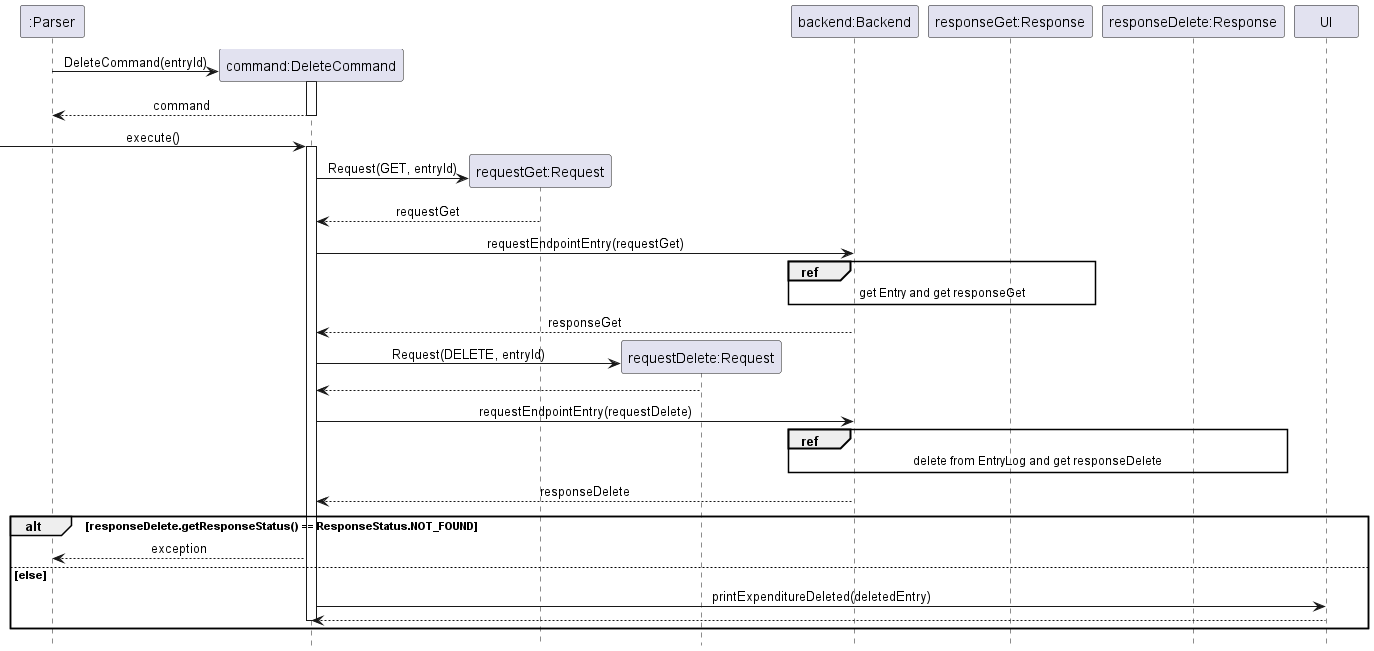
Earlier version of the PlantUML export docs/static/frontend/commands/DeleteCommandSequenceDiagram.png (nus-cs2113-AY2223S2/tp). The source it was exported from:
```plantuml
@startuml
!include Style.puml

participant ":Parser" as Parser
participant "command:DeleteCommand" as DeleteCommand
participant "requestGet:Request" as RequestGet
participant "requestDelete:Request" as RequestDelete
participant "backend:Backend" as Backend
participant "responseGet:Response" as ResponseGet
participant "responseDelete:Response" as ResponseDelete
participant "UI" as UI

Parser -> DeleteCommand ** : DeleteCommand(entryId)
activate DeleteCommand
return command

-> DeleteCommand :execute()
activate DeleteCommand
DeleteCommand -> RequestGet ** : Request(GET, entryId)
RequestGet --> DeleteCommand : requestGet
DeleteCommand -> Backend : requestEndpointEntry(requestGet)
ref over Backend, ResponseGet
get Entry and get responseGet
end ref
Backend --> DeleteCommand : responseGet

DeleteCommand -> RequestDelete ** : Request(DELETE, entryId)
RequestDelete --> DeleteCommand
DeleteCommand -> Backend : requestEndpointEntry(requestDelete)

ref over Backend, ResponseDelete
delete from EntryLog and get responseDelete
end ref


Backend --> DeleteCommand : responseDelete
alt responseDelete.getResponseStatus() == ResponseStatus.NOT_FOUND
    DeleteCommand --> Parser : exception
else else
    DeleteCommand -> UI:printExpenditureDeleted(deletedEntry)
    UI --> DeleteCommand
    deactivate DeleteCommand
end
@enduml
```
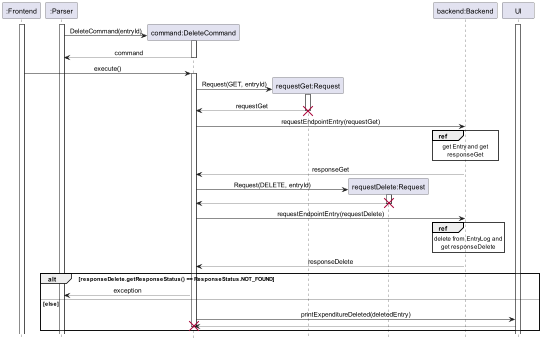
The same file after the commit.

Commit message:
Update sequence diagram

Change to the diagram source:
```diff
@@ -1,35 +1,43 @@
 @startuml
-!include Style.puml
+!include ../../Style.puml
 
+participant ":Frontend" as Frontend
 participant ":Parser" as Parser
 participant "command:DeleteCommand" as DeleteCommand
 participant "requestGet:Request" as RequestGet
 participant "requestDelete:Request" as RequestDelete
 participant "backend:Backend" as Backend
-participant "responseGet:Response" as ResponseGet
-participant "responseDelete:Response" as ResponseDelete
 participant "UI" as UI
 
+activate Frontend
+activate Parser
+activate UI
 Parser -> DeleteCommand ** : DeleteCommand(entryId)
 activate DeleteCommand
 return command
 
--> DeleteCommand :execute()
+Frontend -> DeleteCommand :execute()
 activate DeleteCommand
 DeleteCommand -> RequestGet ** : Request(GET, entryId)
+activate RequestGet
 RequestGet --> DeleteCommand : requestGet
+Destroy RequestGet
 DeleteCommand -> Backend : requestEndpointEntry(requestGet)
-ref over Backend, ResponseGet
-get Entry and get responseGet
+ref over Backend
+get Entry and get
+responseGet
 end ref
 Backend --> DeleteCommand : responseGet
 
 DeleteCommand -> RequestDelete ** : Request(DELETE, entryId)
+activate RequestDelete
 RequestDelete --> DeleteCommand
+Destroy RequestDelete
 DeleteCommand -> Backend : requestEndpointEntry(requestDelete)
 
-ref over Backend, ResponseDelete
-delete from EntryLog and get responseDelete
+ref over Backend
+delete from EntryLog and
+get responseDelete
 end ref
 
 
@@ -40,5 +48,6 @@
     DeleteCommand -> UI:printExpenditureDeleted(deletedEntry)
     UI --> DeleteCommand
     deactivate DeleteCommand
+    destroy DeleteCommand
 end
 @enduml
```
